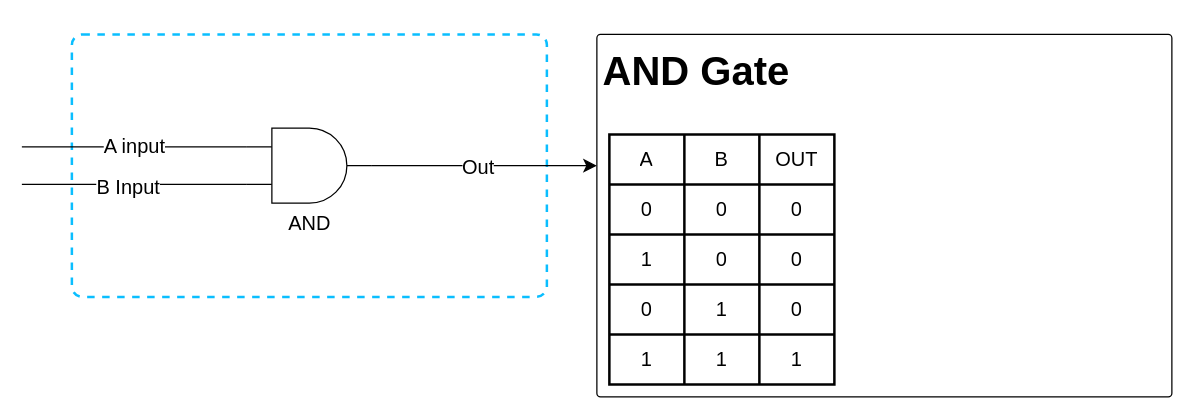
The draw.io diagram Nand-2-Tetris/LogicGates.drawio in 0xThurling/ComputerScience, before the edit. Source tidied: cells renumbered, new cells numbered last; positions are measured from the earlier drawing's top-left corner, leaving out a move shared by most shapes. Both pictures are drawn from the tidied source at 125%, with x=0, y=0 at pixel (21, 34).
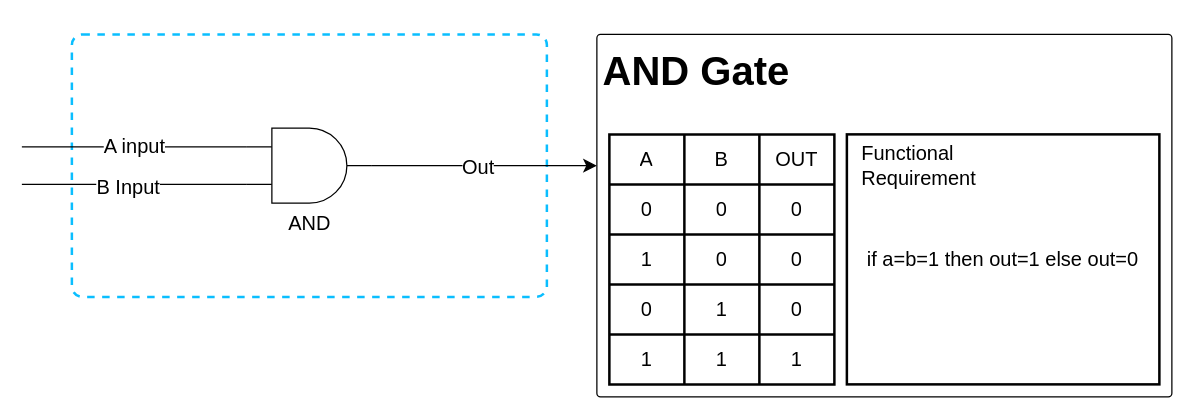
Above is the later version.

The edit, as a diff of the source:
```diff
@@
+    <mxCell id="32" value="if a=b=1 then out=1 else out=0" style="rounded=0;whiteSpace=wrap;html=1;strokeColor=default;strokeWidth=2;fontSize=16;" parent="1" vertex="1">
+      <mxGeometry x="660" y="80" width="250" height="200" as="geometry" />
+    </mxCell>
+    <mxCell id="33" value="Functional Requirement" style="text;html=1;strokeColor=none;fillColor=none;align=left;verticalAlign=middle;whiteSpace=wrap;rounded=0;fontSize=16;" parent="1" vertex="1">
+      <mxGeometry x="670" y="90" width="60" height="30" as="geometry" />
+    </mxCell>
```
